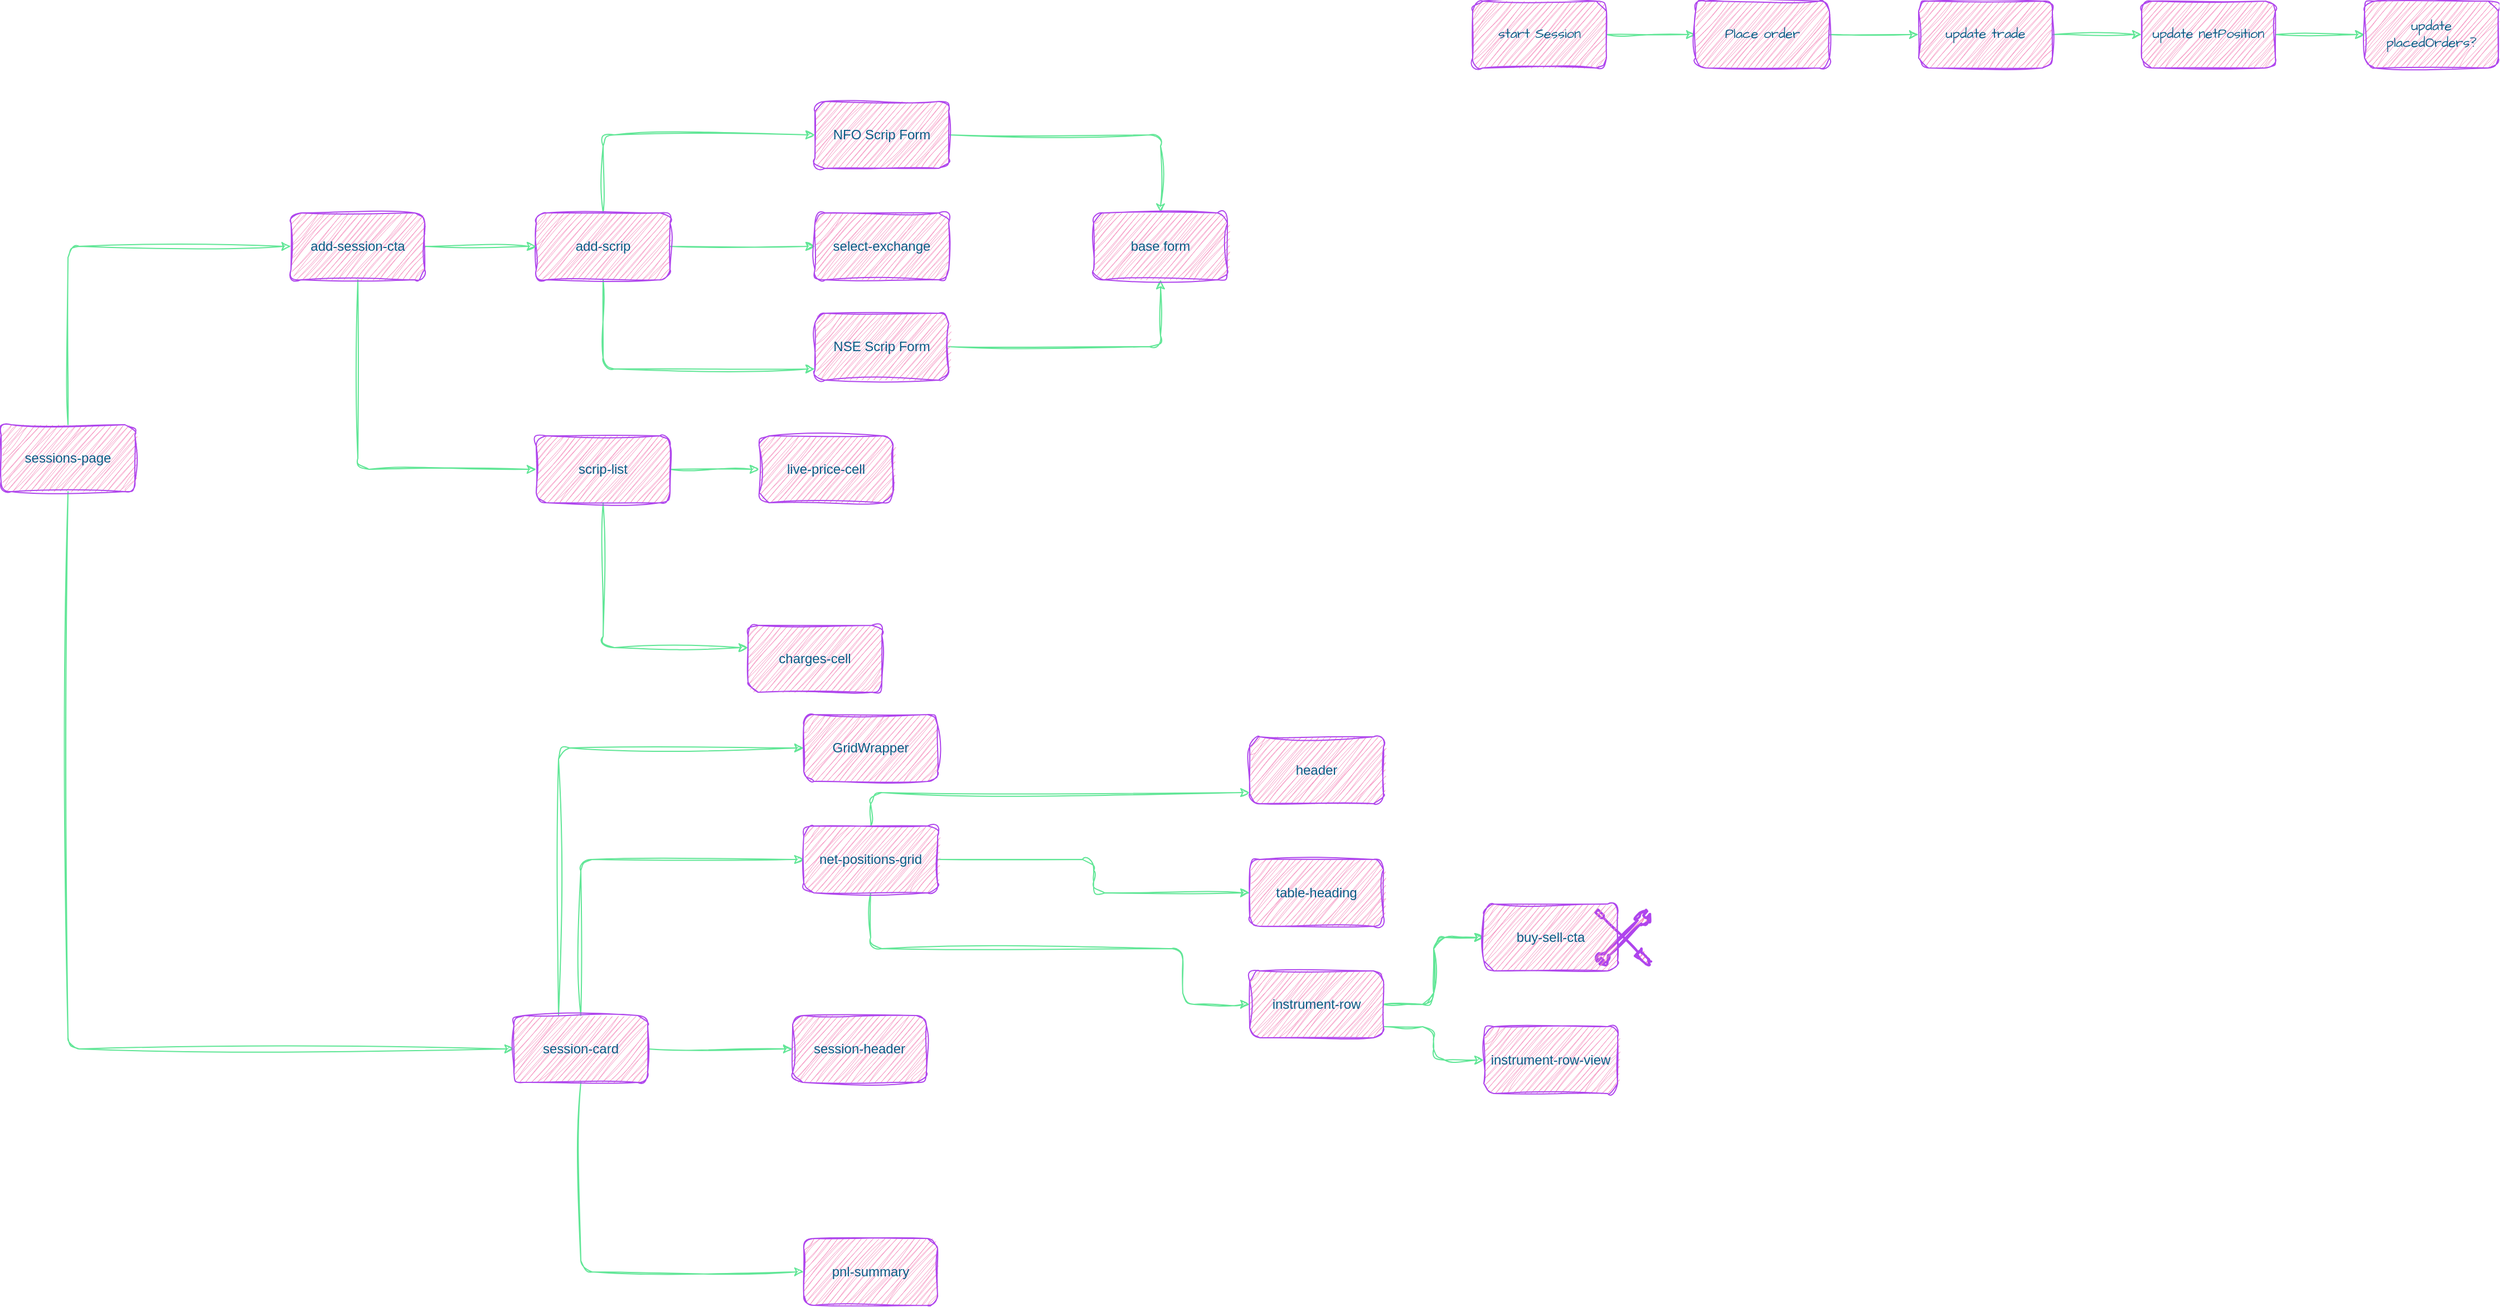
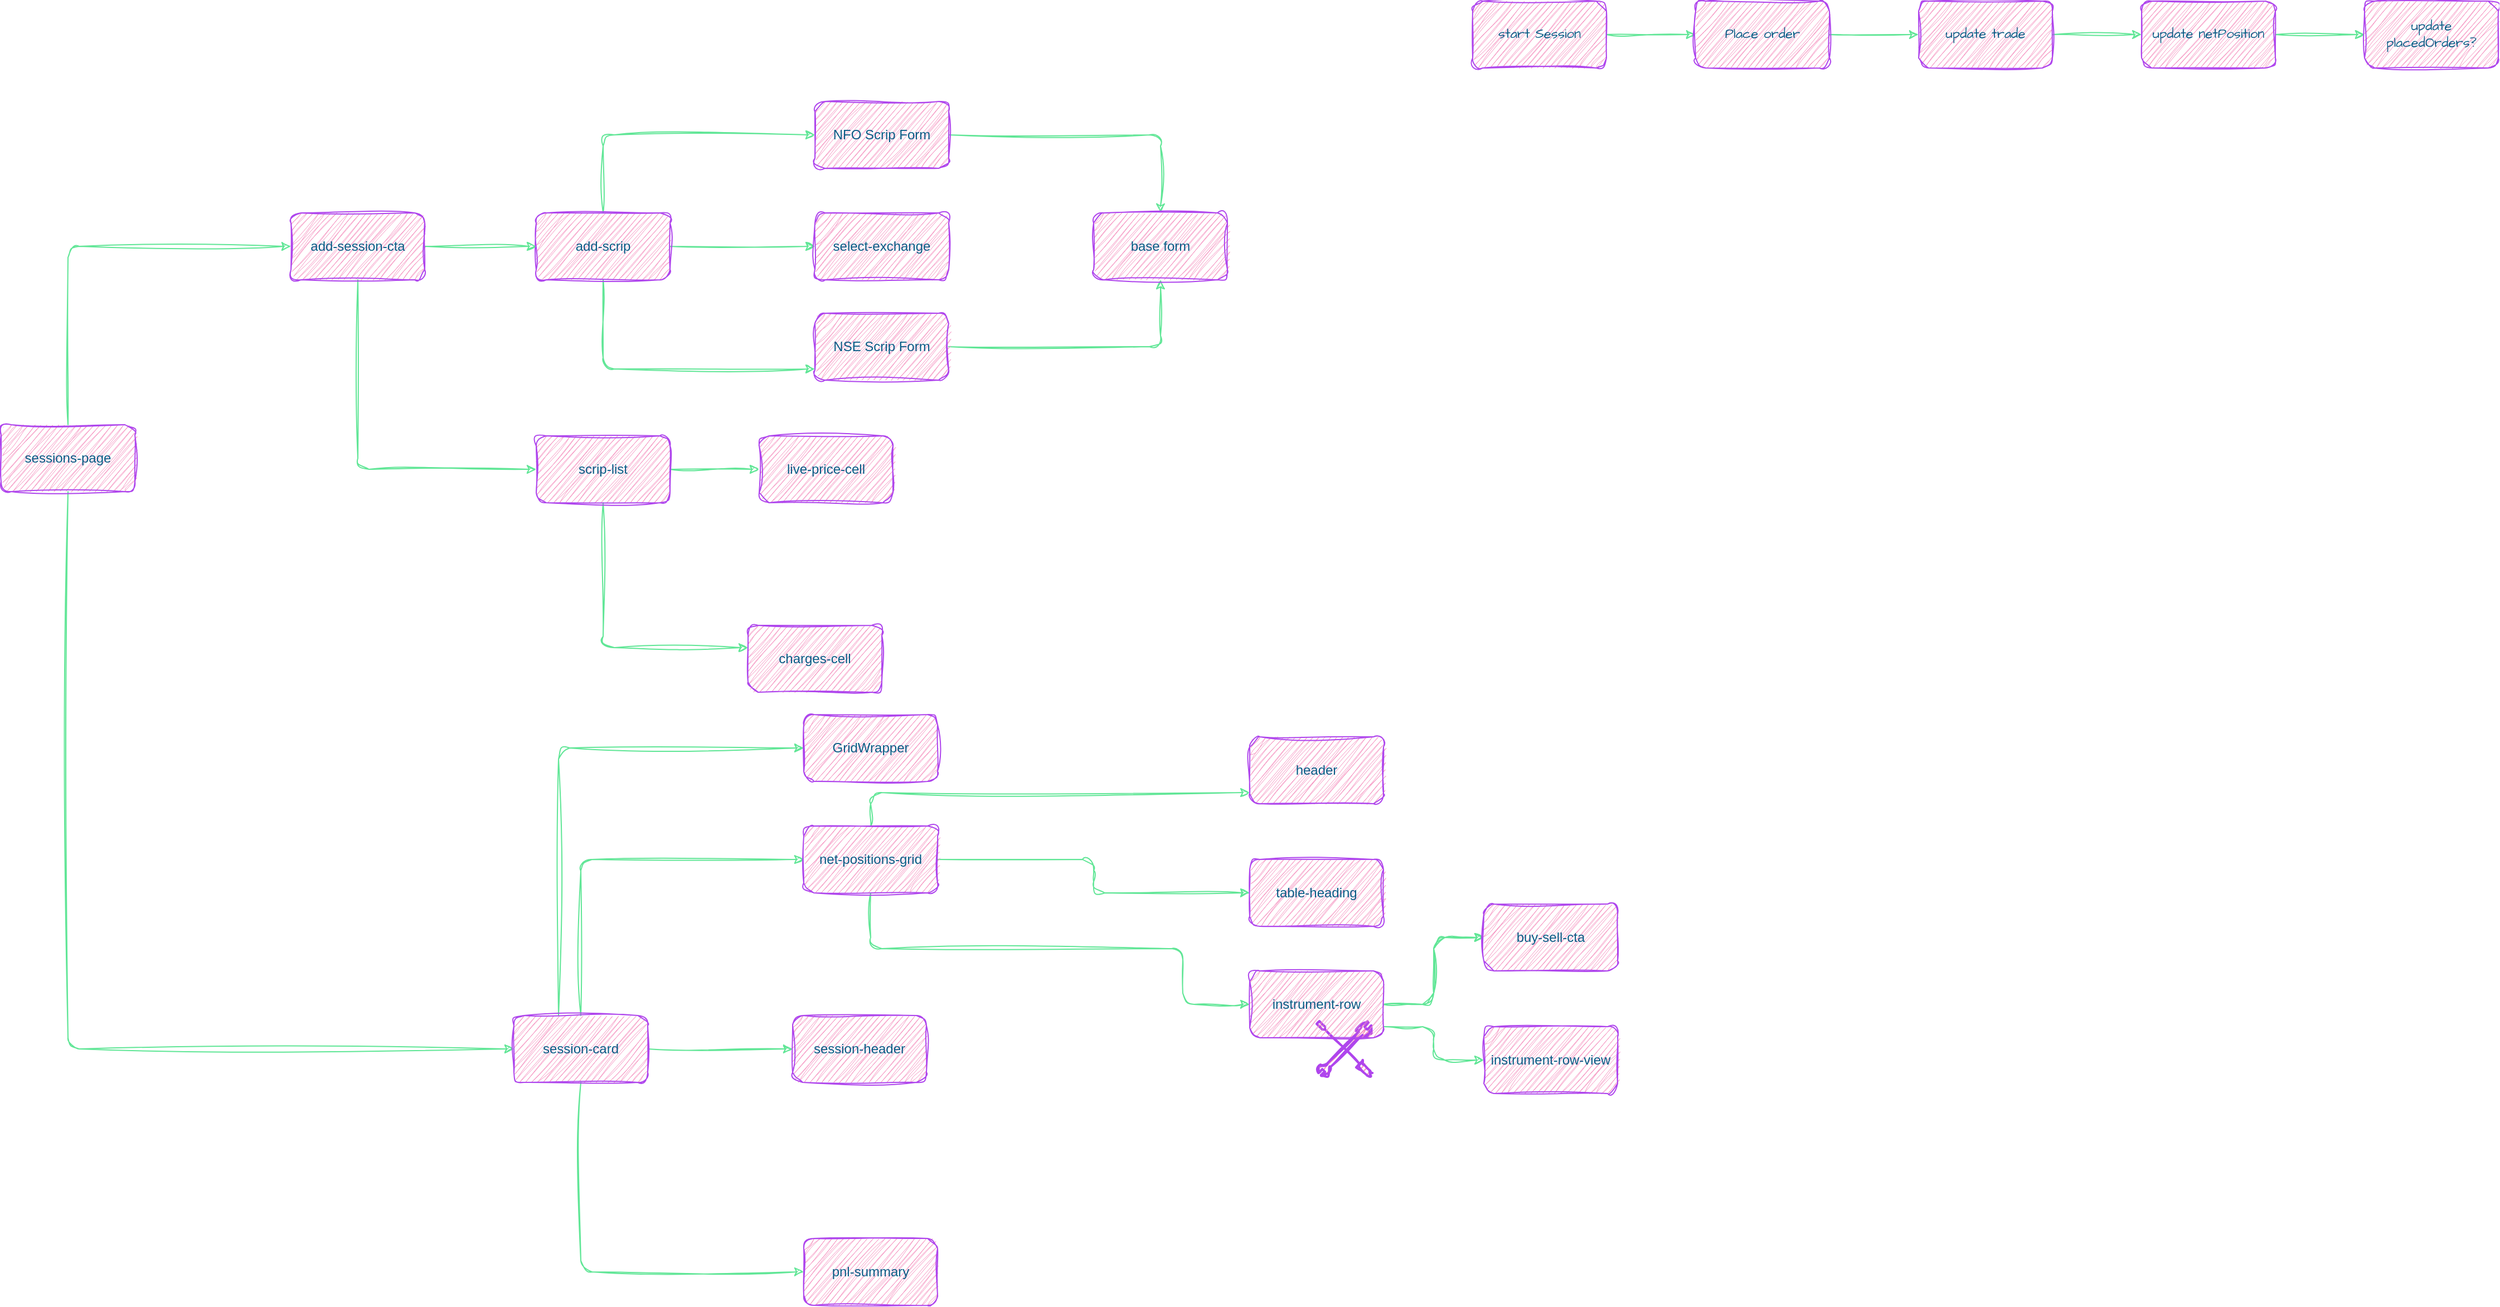
<mxfile host="app.diagrams.net" pages="5">
  <diagram id="wPQbEJP3DVO_ncDqMHqx" name="Sessions Page">
    <mxGraphModel dx="1887" dy="969" grid="1" gridSize="10" guides="1" tooltips="1" connect="1" arrows="1" fold="1" page="0" pageScale="1" pageWidth="402" pageHeight="874" math="0" shadow="0">
      <root>
        <mxCell id="0" />
        <mxCell id="1" parent="0" />
        <mxCell id="DB1AKVm6qyutKQlFYAWD-6" edge="1" parent="1" source="DB1AKVm6qyutKQlFYAWD-1" style="edgeStyle=orthogonalEdgeStyle;rounded=1;orthogonalLoop=1;jettySize=auto;html=1;sketch=1;curveFitting=1;jiggle=2;labelBackgroundColor=none;strokeColor=#60E696;fontColor=default;" target="DB1AKVm6qyutKQlFYAWD-5" value="">
          <mxGeometry relative="1" as="geometry" />
        </mxCell>
        <mxCell id="DB1AKVm6qyutKQlFYAWD-8" edge="1" parent="1" source="DB1AKVm6qyutKQlFYAWD-1" style="edgeStyle=orthogonalEdgeStyle;rounded=1;orthogonalLoop=1;jettySize=auto;html=1;sketch=1;curveFitting=1;jiggle=2;labelBackgroundColor=none;strokeColor=#60E696;fontColor=default;" target="DB1AKVm6qyutKQlFYAWD-7" value="">
          <mxGeometry relative="1" as="geometry">
            <Array as="points">
              <mxPoint x="120" y="270" />
            </Array>
          </mxGeometry>
        </mxCell>
        <mxCell id="DB1AKVm6qyutKQlFYAWD-10" edge="1" parent="1" source="DB1AKVm6qyutKQlFYAWD-1" style="edgeStyle=orthogonalEdgeStyle;rounded=1;orthogonalLoop=1;jettySize=auto;html=1;sketch=1;curveFitting=1;jiggle=2;labelBackgroundColor=none;strokeColor=#60E696;fontColor=default;" target="DB1AKVm6qyutKQlFYAWD-9" value="">
          <mxGeometry relative="1" as="geometry">
            <Array as="points">
              <mxPoint x="120" y="60" />
            </Array>
          </mxGeometry>
        </mxCell>
        <mxCell id="DB1AKVm6qyutKQlFYAWD-1" parent="1" style="rounded=1;whiteSpace=wrap;html=1;sketch=1;curveFitting=1;jiggle=2;labelBackgroundColor=none;fillColor=#F694C1;strokeColor=#AF45ED;fontColor=#095C86;" value="add-scrip" vertex="1">
          <mxGeometry height="60" width="120" x="60" y="130" as="geometry" />
        </mxCell>
        <mxCell id="DB1AKVm6qyutKQlFYAWD-4" edge="1" parent="1" source="DB1AKVm6qyutKQlFYAWD-3" style="edgeStyle=orthogonalEdgeStyle;rounded=1;orthogonalLoop=1;jettySize=auto;html=1;sketch=1;curveFitting=1;jiggle=2;labelBackgroundColor=none;strokeColor=#60E696;fontColor=default;" target="DB1AKVm6qyutKQlFYAWD-1" value="">
          <mxGeometry relative="1" as="geometry" />
        </mxCell>
        <mxCell id="DB1AKVm6qyutKQlFYAWD-12" edge="1" parent="1" source="DB1AKVm6qyutKQlFYAWD-3" style="edgeStyle=orthogonalEdgeStyle;rounded=1;orthogonalLoop=1;jettySize=auto;html=1;sketch=1;curveFitting=1;jiggle=2;labelBackgroundColor=none;strokeColor=#60E696;fontColor=default;" target="DB1AKVm6qyutKQlFYAWD-11" value="">
          <mxGeometry relative="1" as="geometry">
            <Array as="points">
              <mxPoint x="-100" y="360" />
            </Array>
          </mxGeometry>
        </mxCell>
        <mxCell id="DB1AKVm6qyutKQlFYAWD-3" parent="1" style="rounded=1;whiteSpace=wrap;html=1;sketch=1;curveFitting=1;jiggle=2;labelBackgroundColor=none;fillColor=#F694C1;strokeColor=#AF45ED;fontColor=#095C86;" value="add-session-cta" vertex="1">
          <mxGeometry height="60" width="120" x="-160" y="130" as="geometry" />
        </mxCell>
        <mxCell id="DB1AKVm6qyutKQlFYAWD-5" parent="1" style="whiteSpace=wrap;html=1;rounded=1;sketch=1;curveFitting=1;jiggle=2;labelBackgroundColor=none;fillColor=#F694C1;strokeColor=#AF45ED;fontColor=#095C86;" value="select-exchange" vertex="1">
          <mxGeometry height="60" width="120" x="310" y="130" as="geometry" />
        </mxCell>
        <mxCell id="ouMAoqMrmdJ_XqpmxOQB-3" edge="1" parent="1" source="DB1AKVm6qyutKQlFYAWD-7" style="edgeStyle=orthogonalEdgeStyle;rounded=1;sketch=1;hachureGap=4;jiggle=2;curveFitting=1;orthogonalLoop=1;jettySize=auto;html=1;fontFamily=Architects Daughter;fontSource=https%3A%2F%2Ffonts.googleapis.com%2Fcss%3Ffamily%3DArchitects%2BDaughter;labelBackgroundColor=none;strokeColor=#60E696;fontColor=default;" target="ouMAoqMrmdJ_XqpmxOQB-1">
          <mxGeometry relative="1" as="geometry" />
        </mxCell>
        <mxCell id="DB1AKVm6qyutKQlFYAWD-7" parent="1" style="whiteSpace=wrap;html=1;rounded=1;sketch=1;curveFitting=1;jiggle=2;labelBackgroundColor=none;fillColor=#F694C1;strokeColor=#AF45ED;fontColor=#095C86;" value="NSE Scrip Form" vertex="1">
          <mxGeometry height="60" width="120" x="310" y="220" as="geometry" />
        </mxCell>
        <mxCell id="ouMAoqMrmdJ_XqpmxOQB-2" edge="1" parent="1" source="DB1AKVm6qyutKQlFYAWD-9" style="edgeStyle=orthogonalEdgeStyle;rounded=1;sketch=1;hachureGap=4;jiggle=2;curveFitting=1;orthogonalLoop=1;jettySize=auto;html=1;fontFamily=Architects Daughter;fontSource=https%3A%2F%2Ffonts.googleapis.com%2Fcss%3Ffamily%3DArchitects%2BDaughter;labelBackgroundColor=none;strokeColor=#60E696;fontColor=default;" target="ouMAoqMrmdJ_XqpmxOQB-1" value="">
          <mxGeometry relative="1" as="geometry" />
        </mxCell>
        <mxCell id="DB1AKVm6qyutKQlFYAWD-9" parent="1" style="whiteSpace=wrap;html=1;rounded=1;sketch=1;curveFitting=1;jiggle=2;labelBackgroundColor=none;fillColor=#F694C1;strokeColor=#AF45ED;fontColor=#095C86;" value="NFO Scrip Form" vertex="1">
          <mxGeometry height="60" width="120" x="310" y="30" as="geometry" />
        </mxCell>
        <mxCell id="ouMAoqMrmdJ_XqpmxOQB-15" edge="1" parent="1" source="DB1AKVm6qyutKQlFYAWD-11" style="edgeStyle=orthogonalEdgeStyle;rounded=1;sketch=1;hachureGap=4;jiggle=2;curveFitting=1;orthogonalLoop=1;jettySize=auto;html=1;fontFamily=Architects Daughter;fontSource=https%3A%2F%2Ffonts.googleapis.com%2Fcss%3Ffamily%3DArchitects%2BDaughter;labelBackgroundColor=none;strokeColor=#60E696;fontColor=default;" target="ouMAoqMrmdJ_XqpmxOQB-14" value="">
          <mxGeometry relative="1" as="geometry" />
        </mxCell>
        <mxCell id="ouMAoqMrmdJ_XqpmxOQB-17" edge="1" parent="1" source="DB1AKVm6qyutKQlFYAWD-11" style="edgeStyle=orthogonalEdgeStyle;rounded=1;sketch=1;hachureGap=4;jiggle=2;curveFitting=1;orthogonalLoop=1;jettySize=auto;html=1;fontFamily=Architects Daughter;fontSource=https%3A%2F%2Ffonts.googleapis.com%2Fcss%3Ffamily%3DArchitects%2BDaughter;labelBackgroundColor=none;strokeColor=#60E696;fontColor=default;" target="ouMAoqMrmdJ_XqpmxOQB-16" value="">
          <mxGeometry relative="1" as="geometry">
            <Array as="points">
              <mxPoint x="120" y="520" />
            </Array>
          </mxGeometry>
        </mxCell>
        <mxCell id="DB1AKVm6qyutKQlFYAWD-11" parent="1" style="whiteSpace=wrap;html=1;rounded=1;sketch=1;curveFitting=1;jiggle=2;labelBackgroundColor=none;fillColor=#F694C1;strokeColor=#AF45ED;fontColor=#095C86;" value="scrip-list" vertex="1">
          <mxGeometry height="60" width="120" x="60" y="330" as="geometry" />
        </mxCell>
        <mxCell id="DB1AKVm6qyutKQlFYAWD-15" edge="1" parent="1" source="DB1AKVm6qyutKQlFYAWD-14" style="edgeStyle=orthogonalEdgeStyle;rounded=1;sketch=1;hachureGap=4;jiggle=2;curveFitting=1;orthogonalLoop=1;jettySize=auto;html=1;entryX=0;entryY=0.5;entryDx=0;entryDy=0;strokeColor=#60E696;fontFamily=Architects Daughter;fontSource=https%3A%2F%2Ffonts.googleapis.com%2Fcss%3Ffamily%3DArchitects%2BDaughter;fontColor=default;fillColor=#F694C1;labelBackgroundColor=none;" target="DB1AKVm6qyutKQlFYAWD-3">
          <mxGeometry relative="1" as="geometry">
            <Array as="points">
              <mxPoint x="-360" y="160" />
            </Array>
          </mxGeometry>
        </mxCell>
        <mxCell id="ouMAoqMrmdJ_XqpmxOQB-28" edge="1" parent="1" source="DB1AKVm6qyutKQlFYAWD-14" style="edgeStyle=orthogonalEdgeStyle;rounded=1;sketch=1;hachureGap=4;jiggle=2;curveFitting=1;orthogonalLoop=1;jettySize=auto;html=1;entryX=0;entryY=0.5;entryDx=0;entryDy=0;fontFamily=Architects Daughter;fontSource=https%3A%2F%2Ffonts.googleapis.com%2Fcss%3Ffamily%3DArchitects%2BDaughter;labelBackgroundColor=none;strokeColor=#60E696;fontColor=default;" target="ouMAoqMrmdJ_XqpmxOQB-19">
          <mxGeometry relative="1" as="geometry">
            <Array as="points">
              <mxPoint x="-360" y="880" />
            </Array>
          </mxGeometry>
        </mxCell>
        <mxCell id="DB1AKVm6qyutKQlFYAWD-14" parent="1" style="rounded=1;whiteSpace=wrap;html=1;sketch=1;curveFitting=1;jiggle=2;labelBackgroundColor=none;fillColor=#F694C1;strokeColor=#AF45ED;fontColor=#095C86;" value="sessions-page" vertex="1">
          <mxGeometry height="60" width="120" x="-420" y="320" as="geometry" />
        </mxCell>
        <mxCell id="ouMAoqMrmdJ_XqpmxOQB-1" parent="1" style="whiteSpace=wrap;html=1;fillColor=#F694C1;strokeColor=#AF45ED;fontColor=#095C86;rounded=1;sketch=1;curveFitting=1;jiggle=2;labelBackgroundColor=none;" value="base form" vertex="1">
          <mxGeometry height="60" width="120" x="560" y="130" as="geometry" />
        </mxCell>
        <mxCell id="ouMAoqMrmdJ_XqpmxOQB-6" edge="1" parent="1" source="ouMAoqMrmdJ_XqpmxOQB-4" style="edgeStyle=orthogonalEdgeStyle;rounded=1;sketch=1;hachureGap=4;jiggle=2;curveFitting=1;orthogonalLoop=1;jettySize=auto;html=1;fontFamily=Architects Daughter;fontSource=https%3A%2F%2Ffonts.googleapis.com%2Fcss%3Ffamily%3DArchitects%2BDaughter;labelBackgroundColor=none;strokeColor=#60E696;fontColor=default;" target="ouMAoqMrmdJ_XqpmxOQB-5" value="">
          <mxGeometry relative="1" as="geometry" />
        </mxCell>
        <mxCell id="ouMAoqMrmdJ_XqpmxOQB-4" parent="1" style="whiteSpace=wrap;html=1;sketch=1;hachureGap=4;jiggle=2;curveFitting=1;fontFamily=Architects Daughter;fontSource=https%3A%2F%2Ffonts.googleapis.com%2Fcss%3Ffamily%3DArchitects%2BDaughter;labelBackgroundColor=none;fillColor=#F694C1;strokeColor=#AF45ED;fontColor=#095C86;rounded=1;" value="start Session" vertex="1">
          <mxGeometry height="60" width="120" x="900" y="-60" as="geometry" />
        </mxCell>
        <mxCell id="ouMAoqMrmdJ_XqpmxOQB-8" edge="1" parent="1" source="ouMAoqMrmdJ_XqpmxOQB-5" style="edgeStyle=orthogonalEdgeStyle;rounded=1;sketch=1;hachureGap=4;jiggle=2;curveFitting=1;orthogonalLoop=1;jettySize=auto;html=1;fontFamily=Architects Daughter;fontSource=https%3A%2F%2Ffonts.googleapis.com%2Fcss%3Ffamily%3DArchitects%2BDaughter;labelBackgroundColor=none;strokeColor=#60E696;fontColor=default;" target="ouMAoqMrmdJ_XqpmxOQB-7" value="">
          <mxGeometry relative="1" as="geometry" />
        </mxCell>
        <mxCell id="ouMAoqMrmdJ_XqpmxOQB-5" parent="1" style="whiteSpace=wrap;html=1;fontFamily=Architects Daughter;sketch=1;hachureGap=4;jiggle=2;curveFitting=1;fontSource=https%3A%2F%2Ffonts.googleapis.com%2Fcss%3Ffamily%3DArchitects%2BDaughter;labelBackgroundColor=none;fillColor=#F694C1;strokeColor=#AF45ED;fontColor=#095C86;rounded=1;" value="Place order" vertex="1">
          <mxGeometry height="60" width="120" x="1100" y="-60" as="geometry" />
        </mxCell>
        <mxCell id="ouMAoqMrmdJ_XqpmxOQB-10" edge="1" parent="1" source="ouMAoqMrmdJ_XqpmxOQB-7" style="edgeStyle=orthogonalEdgeStyle;rounded=1;sketch=1;hachureGap=4;jiggle=2;curveFitting=1;orthogonalLoop=1;jettySize=auto;html=1;fontFamily=Architects Daughter;fontSource=https%3A%2F%2Ffonts.googleapis.com%2Fcss%3Ffamily%3DArchitects%2BDaughter;labelBackgroundColor=none;strokeColor=#60E696;fontColor=default;" target="ouMAoqMrmdJ_XqpmxOQB-9" value="">
          <mxGeometry relative="1" as="geometry" />
        </mxCell>
        <mxCell id="ouMAoqMrmdJ_XqpmxOQB-7" parent="1" style="whiteSpace=wrap;html=1;fontFamily=Architects Daughter;sketch=1;hachureGap=4;jiggle=2;curveFitting=1;fontSource=https%3A%2F%2Ffonts.googleapis.com%2Fcss%3Ffamily%3DArchitects%2BDaughter;labelBackgroundColor=none;fillColor=#F694C1;strokeColor=#AF45ED;fontColor=#095C86;rounded=1;" value="update trade" vertex="1">
          <mxGeometry height="60" width="120" x="1300" y="-60" as="geometry" />
        </mxCell>
        <mxCell id="ouMAoqMrmdJ_XqpmxOQB-12" edge="1" parent="1" source="ouMAoqMrmdJ_XqpmxOQB-9" style="edgeStyle=orthogonalEdgeStyle;rounded=1;sketch=1;hachureGap=4;jiggle=2;curveFitting=1;orthogonalLoop=1;jettySize=auto;html=1;fontFamily=Architects Daughter;fontSource=https%3A%2F%2Ffonts.googleapis.com%2Fcss%3Ffamily%3DArchitects%2BDaughter;labelBackgroundColor=none;strokeColor=#60E696;fontColor=default;" target="ouMAoqMrmdJ_XqpmxOQB-11" value="">
          <mxGeometry relative="1" as="geometry" />
        </mxCell>
        <mxCell id="ouMAoqMrmdJ_XqpmxOQB-9" parent="1" style="whiteSpace=wrap;html=1;fontFamily=Architects Daughter;sketch=1;hachureGap=4;jiggle=2;curveFitting=1;fontSource=https%3A%2F%2Ffonts.googleapis.com%2Fcss%3Ffamily%3DArchitects%2BDaughter;labelBackgroundColor=none;fillColor=#F694C1;strokeColor=#AF45ED;fontColor=#095C86;rounded=1;" value="update netPosition" vertex="1">
          <mxGeometry height="60" width="120" x="1500" y="-60" as="geometry" />
        </mxCell>
        <mxCell id="ouMAoqMrmdJ_XqpmxOQB-11" parent="1" style="whiteSpace=wrap;html=1;fontFamily=Architects Daughter;sketch=1;hachureGap=4;jiggle=2;curveFitting=1;fontSource=https%3A%2F%2Ffonts.googleapis.com%2Fcss%3Ffamily%3DArchitects%2BDaughter;labelBackgroundColor=none;fillColor=#F694C1;strokeColor=#AF45ED;fontColor=#095C86;rounded=1;" value="update placedOrders?" vertex="1">
          <mxGeometry height="60" width="120" x="1700" y="-60" as="geometry" />
        </mxCell>
        <mxCell id="ouMAoqMrmdJ_XqpmxOQB-13" parent="1" style="html=1;verticalLabelPosition=bottom;align=center;labelBackgroundColor=none;verticalAlign=top;strokeWidth=2;strokeColor=#AF45ED;shadow=0;dashed=0;shape=mxgraph.ios7.icons.tools;pointerEvents=1;sketch=1;hachureGap=4;jiggle=2;curveFitting=1;fontFamily=Architects Daughter;fontSource=https%3A%2F%2Ffonts.googleapis.com%2Fcss%3Ffamily%3DArchitects%2BDaughter;fillColor=#F694C1;fontColor=#095C86;rounded=1;" value="" vertex="1">
-           <mxGeometry height="50" width="50" x="1010" y="755" as="geometry" />
+           <mxGeometry height="50" width="50" x="760" y="855" as="geometry" />
        </mxCell>
        <mxCell id="ouMAoqMrmdJ_XqpmxOQB-14" parent="1" style="whiteSpace=wrap;html=1;fillColor=#F694C1;strokeColor=#AF45ED;fontColor=#095C86;rounded=1;sketch=1;curveFitting=1;jiggle=2;labelBackgroundColor=none;" value="live-price-cell" vertex="1">
          <mxGeometry height="60" width="120" x="260" y="330" as="geometry" />
        </mxCell>
        <mxCell id="ouMAoqMrmdJ_XqpmxOQB-16" parent="1" style="whiteSpace=wrap;html=1;fillColor=#F694C1;strokeColor=#AF45ED;fontColor=#095C86;rounded=1;sketch=1;curveFitting=1;jiggle=2;labelBackgroundColor=none;" value="charges-cell" vertex="1">
          <mxGeometry height="60" width="120" x="250" y="500" as="geometry" />
        </mxCell>
        <mxCell id="ouMAoqMrmdJ_XqpmxOQB-22" edge="1" parent="1" source="ouMAoqMrmdJ_XqpmxOQB-19" style="edgeStyle=orthogonalEdgeStyle;rounded=1;sketch=1;hachureGap=4;jiggle=2;curveFitting=1;orthogonalLoop=1;jettySize=auto;html=1;fontFamily=Architects Daughter;fontSource=https%3A%2F%2Ffonts.googleapis.com%2Fcss%3Ffamily%3DArchitects%2BDaughter;labelBackgroundColor=none;strokeColor=#60E696;fontColor=default;" target="ouMAoqMrmdJ_XqpmxOQB-21" value="">
          <mxGeometry relative="1" as="geometry" />
        </mxCell>
        <mxCell id="ouMAoqMrmdJ_XqpmxOQB-25" edge="1" parent="1" source="ouMAoqMrmdJ_XqpmxOQB-19" style="edgeStyle=orthogonalEdgeStyle;rounded=1;sketch=1;hachureGap=4;jiggle=2;curveFitting=1;orthogonalLoop=1;jettySize=auto;html=1;entryX=0;entryY=0.5;entryDx=0;entryDy=0;fontFamily=Architects Daughter;fontSource=https%3A%2F%2Ffonts.googleapis.com%2Fcss%3Ffamily%3DArchitects%2BDaughter;labelBackgroundColor=none;strokeColor=#60E696;fontColor=default;" target="ouMAoqMrmdJ_XqpmxOQB-23">
          <mxGeometry relative="1" as="geometry">
            <Array as="points">
              <mxPoint x="100" y="710" />
            </Array>
          </mxGeometry>
        </mxCell>
        <mxCell id="ouMAoqMrmdJ_XqpmxOQB-27" edge="1" parent="1" source="ouMAoqMrmdJ_XqpmxOQB-19" style="edgeStyle=orthogonalEdgeStyle;rounded=1;sketch=1;hachureGap=4;jiggle=2;curveFitting=1;orthogonalLoop=1;jettySize=auto;html=1;fontFamily=Architects Daughter;fontSource=https%3A%2F%2Ffonts.googleapis.com%2Fcss%3Ffamily%3DArchitects%2BDaughter;labelBackgroundColor=none;strokeColor=#60E696;fontColor=default;" target="ouMAoqMrmdJ_XqpmxOQB-26" value="">
          <mxGeometry relative="1" as="geometry">
            <Array as="points">
              <mxPoint x="100" y="1080" />
            </Array>
          </mxGeometry>
        </mxCell>
        <mxCell id="ouMAoqMrmdJ_XqpmxOQB-30" edge="1" parent="1" source="ouMAoqMrmdJ_XqpmxOQB-19" style="edgeStyle=orthogonalEdgeStyle;rounded=1;sketch=1;hachureGap=4;jiggle=2;curveFitting=1;orthogonalLoop=1;jettySize=auto;html=1;strokeColor=#60E696;fontFamily=Architects Daughter;fontSource=https%3A%2F%2Ffonts.googleapis.com%2Fcss%3Ffamily%3DArchitects%2BDaughter;fontColor=#095C86;fillColor=#F694C1;" target="ouMAoqMrmdJ_XqpmxOQB-29" value="">
          <mxGeometry relative="1" as="geometry">
            <Array as="points">
              <mxPoint x="80" y="610" />
            </Array>
          </mxGeometry>
        </mxCell>
        <mxCell id="ouMAoqMrmdJ_XqpmxOQB-19" parent="1" style="whiteSpace=wrap;html=1;fillColor=#F694C1;strokeColor=#AF45ED;fontColor=#095C86;rounded=1;sketch=1;curveFitting=1;jiggle=2;labelBackgroundColor=none;" value="session-card" vertex="1">
          <mxGeometry height="60" width="120" x="40" y="850" as="geometry" />
        </mxCell>
        <mxCell id="ouMAoqMrmdJ_XqpmxOQB-21" parent="1" style="whiteSpace=wrap;html=1;fillColor=#F694C1;strokeColor=#AF45ED;fontColor=#095C86;rounded=1;sketch=1;curveFitting=1;jiggle=2;labelBackgroundColor=none;" value="session-header" vertex="1">
          <mxGeometry height="60" width="120" x="290" y="850" as="geometry" />
        </mxCell>
        <mxCell id="ouMAoqMrmdJ_XqpmxOQB-32" edge="1" parent="1" source="ouMAoqMrmdJ_XqpmxOQB-23" style="edgeStyle=orthogonalEdgeStyle;rounded=1;sketch=1;hachureGap=4;jiggle=2;curveFitting=1;orthogonalLoop=1;jettySize=auto;html=1;strokeColor=#60E696;fontFamily=Architects Daughter;fontSource=https%3A%2F%2Ffonts.googleapis.com%2Fcss%3Ffamily%3DArchitects%2BDaughter;fontColor=#095C86;fillColor=#F694C1;" target="ouMAoqMrmdJ_XqpmxOQB-31" value="">
          <mxGeometry relative="1" as="geometry">
            <Array as="points">
              <mxPoint x="360" y="650" />
            </Array>
          </mxGeometry>
        </mxCell>
        <mxCell id="ouMAoqMrmdJ_XqpmxOQB-34" edge="1" parent="1" source="ouMAoqMrmdJ_XqpmxOQB-23" style="edgeStyle=orthogonalEdgeStyle;rounded=1;sketch=1;hachureGap=4;jiggle=2;curveFitting=1;orthogonalLoop=1;jettySize=auto;html=1;strokeColor=#60E696;fontFamily=Architects Daughter;fontSource=https%3A%2F%2Ffonts.googleapis.com%2Fcss%3Ffamily%3DArchitects%2BDaughter;fontColor=#095C86;fillColor=#F694C1;" target="ouMAoqMrmdJ_XqpmxOQB-33" value="">
          <mxGeometry relative="1" as="geometry" />
        </mxCell>
        <mxCell id="ouMAoqMrmdJ_XqpmxOQB-38" edge="1" parent="1" source="ouMAoqMrmdJ_XqpmxOQB-23" style="edgeStyle=orthogonalEdgeStyle;rounded=1;sketch=1;hachureGap=4;jiggle=2;curveFitting=1;orthogonalLoop=1;jettySize=auto;html=1;strokeColor=#60E696;fontFamily=Architects Daughter;fontSource=https%3A%2F%2Ffonts.googleapis.com%2Fcss%3Ffamily%3DArchitects%2BDaughter;fontColor=#095C86;fillColor=#F694C1;" target="ouMAoqMrmdJ_XqpmxOQB-37" value="">
          <mxGeometry relative="1" as="geometry">
            <Array as="points">
              <mxPoint x="360" y="790" />
              <mxPoint x="640" y="790" />
            </Array>
          </mxGeometry>
        </mxCell>
        <mxCell id="ouMAoqMrmdJ_XqpmxOQB-23" parent="1" style="whiteSpace=wrap;html=1;fillColor=#F694C1;strokeColor=#AF45ED;fontColor=#095C86;rounded=1;sketch=1;curveFitting=1;jiggle=2;labelBackgroundColor=none;" value="net-positions-grid" vertex="1">
          <mxGeometry height="60" width="120" x="300" y="680" as="geometry" />
        </mxCell>
        <mxCell id="ouMAoqMrmdJ_XqpmxOQB-26" parent="1" style="whiteSpace=wrap;html=1;fillColor=#F694C1;strokeColor=#AF45ED;fontColor=#095C86;rounded=1;sketch=1;curveFitting=1;jiggle=2;labelBackgroundColor=none;" value="pnl-summary" vertex="1">
          <mxGeometry height="60" width="120" x="300" y="1050" as="geometry" />
        </mxCell>
        <mxCell id="ouMAoqMrmdJ_XqpmxOQB-29" parent="1" style="whiteSpace=wrap;html=1;fillColor=#F694C1;strokeColor=#AF45ED;fontColor=#095C86;rounded=1;sketch=1;curveFitting=1;jiggle=2;labelBackgroundColor=none;" value="GridWrapper" vertex="1">
          <mxGeometry height="60" width="120" x="300" y="580" as="geometry" />
        </mxCell>
        <mxCell id="ouMAoqMrmdJ_XqpmxOQB-31" parent="1" style="whiteSpace=wrap;html=1;fillColor=#F694C1;strokeColor=#AF45ED;fontColor=#095C86;rounded=1;sketch=1;curveFitting=1;jiggle=2;labelBackgroundColor=none;" value="header" vertex="1">
          <mxGeometry height="60" width="120" x="700" y="600" as="geometry" />
        </mxCell>
        <mxCell id="ouMAoqMrmdJ_XqpmxOQB-33" parent="1" style="whiteSpace=wrap;html=1;fillColor=#F694C1;strokeColor=#AF45ED;fontColor=#095C86;rounded=1;sketch=1;curveFitting=1;jiggle=2;labelBackgroundColor=none;" value="table-heading" vertex="1">
          <mxGeometry height="60" width="120" x="700" y="710" as="geometry" />
        </mxCell>
        <mxCell id="ouMAoqMrmdJ_XqpmxOQB-40" edge="1" parent="1" source="ouMAoqMrmdJ_XqpmxOQB-37" style="edgeStyle=orthogonalEdgeStyle;rounded=1;sketch=1;hachureGap=4;jiggle=2;curveFitting=1;orthogonalLoop=1;jettySize=auto;html=1;strokeColor=#60E696;fontFamily=Architects Daughter;fontSource=https%3A%2F%2Ffonts.googleapis.com%2Fcss%3Ffamily%3DArchitects%2BDaughter;fontColor=#095C86;fillColor=#F694C1;" target="ouMAoqMrmdJ_XqpmxOQB-39" value="">
          <mxGeometry relative="1" as="geometry" />
        </mxCell>
        <mxCell id="ouMAoqMrmdJ_XqpmxOQB-41" edge="1" parent="1" source="ouMAoqMrmdJ_XqpmxOQB-37" style="edgeStyle=orthogonalEdgeStyle;rounded=1;sketch=1;hachureGap=4;jiggle=2;curveFitting=1;orthogonalLoop=1;jettySize=auto;html=1;strokeColor=#60E696;fontFamily=Architects Daughter;fontSource=https%3A%2F%2Ffonts.googleapis.com%2Fcss%3Ffamily%3DArchitects%2BDaughter;fontColor=#095C86;fillColor=#F694C1;" target="ouMAoqMrmdJ_XqpmxOQB-39" value="">
          <mxGeometry relative="1" as="geometry" />
        </mxCell>
        <mxCell id="ouMAoqMrmdJ_XqpmxOQB-43" edge="1" parent="1" source="ouMAoqMrmdJ_XqpmxOQB-37" style="edgeStyle=orthogonalEdgeStyle;rounded=1;sketch=1;hachureGap=4;jiggle=2;curveFitting=1;orthogonalLoop=1;jettySize=auto;html=1;strokeColor=#60E696;fontFamily=Architects Daughter;fontSource=https%3A%2F%2Ffonts.googleapis.com%2Fcss%3Ffamily%3DArchitects%2BDaughter;fontColor=#095C86;fillColor=#F694C1;" target="ouMAoqMrmdJ_XqpmxOQB-42" value="">
          <mxGeometry relative="1" as="geometry">
            <Array as="points">
              <mxPoint x="865" y="860" />
              <mxPoint x="865" y="890" />
            </Array>
          </mxGeometry>
        </mxCell>
        <mxCell id="ouMAoqMrmdJ_XqpmxOQB-37" parent="1" style="whiteSpace=wrap;html=1;fillColor=#F694C1;strokeColor=#AF45ED;fontColor=#095C86;rounded=1;sketch=1;curveFitting=1;jiggle=2;labelBackgroundColor=none;" value="instrument-row" vertex="1">
          <mxGeometry height="60" width="120" x="700" y="810" as="geometry" />
        </mxCell>
        <mxCell id="ouMAoqMrmdJ_XqpmxOQB-39" parent="1" style="whiteSpace=wrap;html=1;fillColor=#F694C1;strokeColor=#AF45ED;fontColor=#095C86;rounded=1;sketch=1;curveFitting=1;jiggle=2;labelBackgroundColor=none;" value="buy-sell-cta" vertex="1">
          <mxGeometry height="60" width="120" x="910" y="750" as="geometry" />
        </mxCell>
        <mxCell id="ouMAoqMrmdJ_XqpmxOQB-42" parent="1" style="whiteSpace=wrap;html=1;fillColor=#F694C1;strokeColor=#AF45ED;fontColor=#095C86;rounded=1;sketch=1;curveFitting=1;jiggle=2;labelBackgroundColor=none;" value="instrument-row-view" vertex="1">
          <mxGeometry height="60" width="120" x="910" y="860" as="geometry" />
        </mxCell>
      </root>
    </mxGraphModel>
  </diagram>
  <diagram id="YVkBlKKJ4RNEtawBKbZk" name="Session">
    <mxGraphModel dx="1357" dy="626" grid="1" gridSize="10" guides="1" tooltips="1" connect="1" arrows="1" fold="1" page="0" pageScale="1" pageWidth="402" pageHeight="874" math="0" shadow="0">
      <root>
        <mxCell id="0" />
        <mxCell id="1" parent="0" />
        <mxCell id="b8iQl_XISdQ6rZ6kNcMQ-3" edge="1" parent="1" source="b8iQl_XISdQ6rZ6kNcMQ-1" style="edgeStyle=orthogonalEdgeStyle;rounded=0;orthogonalLoop=1;jettySize=auto;html=1;" target="b8iQl_XISdQ6rZ6kNcMQ-2" value="">
          <mxGeometry relative="1" as="geometry" />
        </mxCell>
        <mxCell id="b8iQl_XISdQ6rZ6kNcMQ-1" parent="1" style="rounded=1;whiteSpace=wrap;html=1;" value="start session" vertex="1">
          <mxGeometry height="60" width="120" x="-200" y="80" as="geometry" />
        </mxCell>
        <mxCell id="b8iQl_XISdQ6rZ6kNcMQ-5" edge="1" parent="1" source="b8iQl_XISdQ6rZ6kNcMQ-2" style="edgeStyle=orthogonalEdgeStyle;rounded=0;orthogonalLoop=1;jettySize=auto;html=1;" target="b8iQl_XISdQ6rZ6kNcMQ-4" value="">
          <mxGeometry relative="1" as="geometry" />
        </mxCell>
        <mxCell id="b8iQl_XISdQ6rZ6kNcMQ-2" parent="1" style="whiteSpace=wrap;html=1;rounded=1;" value="place orders&amp;nbsp;&lt;br&gt;(all or none)" vertex="1">
          <mxGeometry height="60" width="120" y="80" as="geometry" />
        </mxCell>
        <mxCell id="b8iQl_XISdQ6rZ6kNcMQ-7" edge="1" parent="1" source="b8iQl_XISdQ6rZ6kNcMQ-4" style="edgeStyle=orthogonalEdgeStyle;rounded=0;orthogonalLoop=1;jettySize=auto;html=1;" target="b8iQl_XISdQ6rZ6kNcMQ-6" value="">
          <mxGeometry relative="1" as="geometry" />
        </mxCell>
        <mxCell id="b8iQl_XISdQ6rZ6kNcMQ-4" parent="1" style="whiteSpace=wrap;html=1;rounded=1;" value="update margins" vertex="1">
          <mxGeometry height="60" width="120" x="200" y="80" as="geometry" />
        </mxCell>
        <mxCell id="b8iQl_XISdQ6rZ6kNcMQ-6" parent="1" style="whiteSpace=wrap;html=1;rounded=1;" value="create session" vertex="1">
          <mxGeometry height="60" width="120" x="200" y="200" as="geometry" />
        </mxCell>
        <mxCell id="b8iQl_XISdQ6rZ6kNcMQ-8" parent="1" style="rounded=1;whiteSpace=wrap;html=1;fillColor=#fff2cc;strokeColor=#d6b656;" value="firebase" vertex="1">
          <mxGeometry height="40" width="80" x="300" y="190" as="geometry" />
        </mxCell>
        <mxCell id="b8iQl_XISdQ6rZ6kNcMQ-9" parent="1" style="rounded=1;whiteSpace=wrap;html=1;fillColor=#fff2cc;strokeColor=#d6b656;" value="kite" vertex="1">
          <mxGeometry height="40" width="80" x="80" y="50" as="geometry" />
        </mxCell>
        <mxCell id="b8iQl_XISdQ6rZ6kNcMQ-10" parent="1" style="rounded=1;whiteSpace=wrap;html=1;fillColor=#fff2cc;strokeColor=#d6b656;" value="firebase" vertex="1">
          <mxGeometry height="40" width="80" x="290" y="60" as="geometry" />
        </mxCell>
      </root>
    </mxGraphModel>
  </diagram>
  <diagram id="4KjMPYYtLXdBkkJX1B08" name="Auth">
    <mxGraphModel dx="1276" dy="835" grid="0" gridSize="10" guides="1" tooltips="1" connect="1" arrows="1" fold="1" page="0" pageScale="1" pageWidth="402" pageHeight="874" math="0" shadow="0">
      <root>
        <mxCell id="0" />
        <mxCell id="1" parent="0" />
        <mxCell id="pPH6oVQiPgVcm9OUePWL-3" edge="1" parent="1" source="pPH6oVQiPgVcm9OUePWL-1" style="edgeStyle=orthogonalEdgeStyle;rounded=0;orthogonalLoop=1;jettySize=auto;html=1;" target="pPH6oVQiPgVcm9OUePWL-2" value="">
          <mxGeometry relative="1" as="geometry" />
        </mxCell>
        <mxCell id="pPH6oVQiPgVcm9OUePWL-1" parent="1" style="rounded=1;whiteSpace=wrap;html=1;" value="User clicks &quot;Login&quot; Button" vertex="1">
          <mxGeometry height="60" width="120" x="23" y="101" as="geometry" />
        </mxCell>
        <mxCell id="pPH6oVQiPgVcm9OUePWL-5" edge="1" parent="1" source="pPH6oVQiPgVcm9OUePWL-2" style="edgeStyle=orthogonalEdgeStyle;rounded=0;orthogonalLoop=1;jettySize=auto;html=1;" target="pPH6oVQiPgVcm9OUePWL-4" value="">
          <mxGeometry relative="1" as="geometry" />
        </mxCell>
        <mxCell id="pPH6oVQiPgVcm9OUePWL-2" parent="1" style="whiteSpace=wrap;html=1;rounded=1;" value="Open the Login URL" vertex="1">
          <mxGeometry height="60" width="120" x="223" y="101" as="geometry" />
        </mxCell>
        <mxCell id="pPH6oVQiPgVcm9OUePWL-7" edge="1" parent="1" source="pPH6oVQiPgVcm9OUePWL-4" style="edgeStyle=orthogonalEdgeStyle;rounded=0;orthogonalLoop=1;jettySize=auto;html=1;" target="pPH6oVQiPgVcm9OUePWL-6" value="">
          <mxGeometry relative="1" as="geometry" />
        </mxCell>
        <mxCell id="pPH6oVQiPgVcm9OUePWL-4" parent="1" style="whiteSpace=wrap;html=1;rounded=1;" value="User logins to Zerodha" vertex="1">
          <mxGeometry height="60" width="120" x="423" y="101" as="geometry" />
        </mxCell>
        <mxCell id="pPH6oVQiPgVcm9OUePWL-9" edge="1" parent="1" source="pPH6oVQiPgVcm9OUePWL-6" style="edgeStyle=orthogonalEdgeStyle;rounded=0;orthogonalLoop=1;jettySize=auto;html=1;" target="pPH6oVQiPgVcm9OUePWL-8" value="">
          <mxGeometry relative="1" as="geometry" />
        </mxCell>
        <mxCell id="pPH6oVQiPgVcm9OUePWL-6" parent="1" style="whiteSpace=wrap;html=1;rounded=1;" value="Redirected to callback URL with request_token&lt;br&gt;&lt;b&gt;http://localhost:3000/api/auth/kite/callback&lt;/b&gt;" vertex="1">
          <mxGeometry height="60" width="262" x="352" y="244" as="geometry" />
        </mxCell>
        <mxCell id="pPH6oVQiPgVcm9OUePWL-13" edge="1" parent="1" source="pPH6oVQiPgVcm9OUePWL-8" style="edgeStyle=orthogonalEdgeStyle;rounded=0;orthogonalLoop=1;jettySize=auto;html=1;" target="pPH6oVQiPgVcm9OUePWL-12" value="">
          <mxGeometry relative="1" as="geometry" />
        </mxCell>
        <mxCell id="pPH6oVQiPgVcm9OUePWL-8" parent="1" style="whiteSpace=wrap;html=1;rounded=1;" value="In loader for this route, generate the session" vertex="1">
          <mxGeometry height="60" width="120" x="17" y="244" as="geometry" />
        </mxCell>
        <mxCell id="pPH6oVQiPgVcm9OUePWL-15" edge="1" parent="1" source="pPH6oVQiPgVcm9OUePWL-12" style="edgeStyle=orthogonalEdgeStyle;rounded=0;orthogonalLoop=1;jettySize=auto;html=1;" target="pPH6oVQiPgVcm9OUePWL-14" value="">
          <mxGeometry relative="1" as="geometry" />
        </mxCell>
        <mxCell id="pPH6oVQiPgVcm9OUePWL-12" parent="1" style="whiteSpace=wrap;html=1;rounded=1;" value="Serialize and save the access token in cookie" vertex="1">
          <mxGeometry height="60" width="120" x="17" y="384" as="geometry" />
        </mxCell>
        <mxCell id="pPH6oVQiPgVcm9OUePWL-17" edge="1" parent="1" source="pPH6oVQiPgVcm9OUePWL-14" style="edgeStyle=orthogonalEdgeStyle;rounded=0;orthogonalLoop=1;jettySize=auto;html=1;" target="pPH6oVQiPgVcm9OUePWL-16" value="">
          <mxGeometry relative="1" as="geometry" />
        </mxCell>
        <mxCell id="pPH6oVQiPgVcm9OUePWL-14" parent="1" style="whiteSpace=wrap;html=1;rounded=1;" value="redirect to /dashboard" vertex="1">
          <mxGeometry height="60" width="120" x="217" y="384" as="geometry" />
        </mxCell>
        <mxCell id="pPH6oVQiPgVcm9OUePWL-19" edge="1" parent="1" source="pPH6oVQiPgVcm9OUePWL-16" style="edgeStyle=orthogonalEdgeStyle;rounded=0;orthogonalLoop=1;jettySize=auto;html=1;" target="pPH6oVQiPgVcm9OUePWL-18" value="">
          <mxGeometry relative="1" as="geometry" />
        </mxCell>
        <mxCell id="pPH6oVQiPgVcm9OUePWL-16" parent="1" style="whiteSpace=wrap;html=1;rounded=1;" value="in dashboard loader, get the access token from the cookie and send it to client" vertex="1">
          <mxGeometry height="60" width="120" x="417" y="384" as="geometry" />
        </mxCell>
        <mxCell id="pPH6oVQiPgVcm9OUePWL-21" edge="1" parent="1" source="pPH6oVQiPgVcm9OUePWL-18" style="edgeStyle=orthogonalEdgeStyle;rounded=0;orthogonalLoop=1;jettySize=auto;html=1;" target="pPH6oVQiPgVcm9OUePWL-20" value="">
          <mxGeometry relative="1" as="geometry" />
        </mxCell>
        <mxCell id="pPH6oVQiPgVcm9OUePWL-18" parent="1" style="whiteSpace=wrap;html=1;rounded=1;" value="front-end creates the kc client with api_key and access_token.&amp;nbsp;&amp;nbsp;" vertex="1">
          <mxGeometry height="60" width="120" x="617" y="384" as="geometry" />
        </mxCell>
        <mxCell id="pPH6oVQiPgVcm9OUePWL-20" parent="1" style="whiteSpace=wrap;html=1;rounded=1;" value="use kc client for calling Kite APIs" vertex="1">
          <mxGeometry height="60" width="120" x="617" y="524" as="geometry" />
        </mxCell>
      </root>
    </mxGraphModel>
  </diagram>
  <diagram name="UI/UX" id="5MV4RERJIjpIYta4IkZD">
    <mxGraphModel dx="3134" dy="2189" grid="0" gridSize="10" guides="1" tooltips="1" connect="1" arrows="1" fold="1" page="0" pageScale="1" pageWidth="402" pageHeight="874" background="#ffffff" math="0" shadow="0">
      <root>
        <mxCell id="0" />
        <mxCell id="1" parent="0" />
        <mxCell id="ExlUUjPYo0Ii6ma58Pc_-14" parent="1" style="rounded=1;whiteSpace=wrap;html=1;" value="" vertex="1">
          <mxGeometry height="321" width="1097" x="-296" y="-20" as="geometry" />
        </mxCell>
        <mxCell id="ExlUUjPYo0Ii6ma58Pc_-13" parent="1" style="rounded=1;whiteSpace=wrap;html=1;" value="" vertex="1">
          <mxGeometry height="321" width="1097" x="-287" y="732" as="geometry" />
        </mxCell>
        <mxCell id="iMmVTYed4h1aN_pzg3ix-1" parent="1" style="text;html=1;whiteSpace=wrap;strokeColor=none;fillColor=none;align=center;verticalAlign=middle;rounded=0;fontStyle=1;fontSize=48;fontColor=light-dark(#7a7978, #ededed);" value="Net Qty." vertex="1">
          <mxGeometry height="59" width="60" x="-120" y="72" as="geometry" />
        </mxCell>
        <mxCell id="iMmVTYed4h1aN_pzg3ix-2" parent="1" style="text;html=1;whiteSpace=wrap;strokeColor=none;fillColor=none;align=center;verticalAlign=middle;rounded=0;fontStyle=1;fontSize=48;fontColor=light-dark(#7a7978, #ededed);" value="AVG. PRICE" vertex="1">
          <mxGeometry height="59" width="60" x="149" y="61" as="geometry" />
        </mxCell>
        <mxCell id="iMmVTYed4h1aN_pzg3ix-3" parent="1" style="text;html=1;whiteSpace=wrap;strokeColor=none;fillColor=none;align=center;verticalAlign=middle;rounded=0;fontStyle=1;fontSize=48;fontColor=light-dark(#7a7978, #ededed);" value="LTP" vertex="1">
          <mxGeometry height="59" width="60" x="418" y="61" as="geometry" />
        </mxCell>
        <mxCell id="iMmVTYed4h1aN_pzg3ix-4" parent="1" style="text;html=1;whiteSpace=wrap;strokeColor=none;fillColor=none;align=center;verticalAlign=middle;rounded=0;fontStyle=1;fontSize=48;fontColor=light-dark(#7a7978, #ededed);" value="PnL" vertex="1">
          <mxGeometry height="59" width="60" x="687" y="61" as="geometry" />
        </mxCell>
        <mxCell id="iMmVTYed4h1aN_pzg3ix-5" parent="1" style="text;html=1;whiteSpace=wrap;strokeColor=none;fillColor=none;align=center;verticalAlign=middle;rounded=0;fontSize=36;fontStyle=1" value="100" vertex="1">
          <mxGeometry height="30" width="60" x="-120" y="211" as="geometry" />
        </mxCell>
        <mxCell id="iMmVTYed4h1aN_pzg3ix-6" parent="1" style="text;html=1;whiteSpace=wrap;strokeColor=none;fillColor=none;align=center;verticalAlign=middle;rounded=0;fontSize=36;fontStyle=1" value="36.40" vertex="1">
          <mxGeometry height="30" width="60" x="149" y="211" as="geometry" />
        </mxCell>
        <mxCell id="iMmVTYed4h1aN_pzg3ix-7" parent="1" style="text;html=1;whiteSpace=wrap;strokeColor=none;fillColor=none;align=center;verticalAlign=middle;rounded=0;fontSize=36;fontStyle=1" value="37.45" vertex="1">
          <mxGeometry height="30" width="60" x="418" y="211" as="geometry" />
        </mxCell>
        <mxCell id="iMmVTYed4h1aN_pzg3ix-8" parent="1" style="text;html=1;whiteSpace=wrap;strokeColor=none;fillColor=none;align=center;verticalAlign=middle;rounded=0;fontSize=36;fontStyle=1" value="100" vertex="1">
          <mxGeometry height="30" width="60" x="687" y="211" as="geometry" />
        </mxCell>
        <mxCell id="7si3vGMUa6yKKs87A3T9-2" edge="1" parent="1" source="7si3vGMUa6yKKs87A3T9-1" style="edgeStyle=orthogonalEdgeStyle;rounded=0;orthogonalLoop=1;jettySize=auto;html=1;exitX=0.5;exitY=0;exitDx=0;exitDy=0;entryX=0;entryY=0.5;entryDx=0;entryDy=0;" target="iMmVTYed4h1aN_pzg3ix-5">
          <mxGeometry relative="1" as="geometry">
            <Array as="points">
              <mxPoint x="-283" y="227" />
              <mxPoint x="-139" y="227" />
            </Array>
            <mxPoint x="-139.09090909090924" y="259.27272727272725" as="targetPoint" />
          </mxGeometry>
        </mxCell>
        <mxCell id="7si3vGMUa6yKKs87A3T9-1" parent="1" style="text;html=1;whiteSpace=wrap;strokeColor=none;fillColor=none;align=center;verticalAlign=middle;rounded=0;fontStyle=1" value="Red color if negative, blue color if positive" vertex="1">
          <mxGeometry height="70" width="129" x="-347" y="453" as="geometry" />
        </mxCell>
        <mxCell id="7si3vGMUa6yKKs87A3T9-4" edge="1" parent="1" source="7si3vGMUa6yKKs87A3T9-3" style="edgeStyle=orthogonalEdgeStyle;rounded=0;orthogonalLoop=1;jettySize=auto;html=1;entryX=0.5;entryY=1;entryDx=0;entryDy=0;" target="iMmVTYed4h1aN_pzg3ix-8">
          <mxGeometry relative="1" as="geometry" />
        </mxCell>
        <mxCell id="7si3vGMUa6yKKs87A3T9-3" parent="1" style="text;html=1;whiteSpace=wrap;strokeColor=none;fillColor=none;align=center;verticalAlign=middle;rounded=0;fontStyle=1" value="Red color if negative, blue color if positive" vertex="1">
          <mxGeometry height="70" width="129" x="681" y="398" as="geometry" />
        </mxCell>
        <mxCell id="7si3vGMUa6yKKs87A3T9-5" parent="1" style="text;html=1;whiteSpace=wrap;strokeColor=none;fillColor=none;align=center;verticalAlign=middle;rounded=0;" value="Will receive the following props:&lt;br&gt;netQuantity: number;&lt;br&gt;&lt;div&gt;averagePrice: number&lt;/div&gt;&lt;div&gt;ltp: number;&lt;/div&gt;" vertex="1">
          <mxGeometry height="101" width="203" x="-25" y="355" as="geometry" />
        </mxCell>
        <mxCell id="7si3vGMUa6yKKs87A3T9-6" parent="1" style="text;html=1;whiteSpace=wrap;strokeColor=none;fillColor=none;align=center;verticalAlign=middle;rounded=0;" value="PnL needs to be calculated by the component" vertex="1">
          <mxGeometry height="101" width="203" x="-21" y="482" as="geometry" />
        </mxCell>
        <mxCell id="7si3vGMUa6yKKs87A3T9-7" parent="1" style="text;html=1;whiteSpace=wrap;strokeColor=none;fillColor=none;align=center;verticalAlign=middle;rounded=0;fontStyle=1;fontSize=48;fontColor=light-dark(#7a7978, #ededed);" value="Net Qty." vertex="1">
          <mxGeometry height="59" width="60" x="-186" y="816" as="geometry" />
        </mxCell>
        <mxCell id="7si3vGMUa6yKKs87A3T9-8" parent="1" style="text;html=1;whiteSpace=wrap;strokeColor=none;fillColor=none;align=center;verticalAlign=middle;rounded=0;fontStyle=1;fontSize=48;fontColor=light-dark(#7a7978, #ededed);" value="AVG. PRICE" vertex="1">
          <mxGeometry height="59" width="60" x="83" y="805" as="geometry" />
        </mxCell>
        <mxCell id="7si3vGMUa6yKKs87A3T9-9" parent="1" style="text;html=1;whiteSpace=wrap;strokeColor=none;fillColor=none;align=center;verticalAlign=middle;rounded=0;fontStyle=1;fontSize=48;fontColor=light-dark(#7a7978, #ededed);" value="LTP" vertex="1">
          <mxGeometry height="59" width="60" x="352" y="805" as="geometry" />
        </mxCell>
        <mxCell id="7si3vGMUa6yKKs87A3T9-10" parent="1" style="text;html=1;whiteSpace=wrap;strokeColor=none;fillColor=none;align=center;verticalAlign=middle;rounded=0;fontStyle=1;fontSize=48;fontColor=light-dark(#7a7978, #ededed);" value="PnL" vertex="1">
          <mxGeometry height="59" width="60" x="621" y="805" as="geometry" />
        </mxCell>
        <mxCell id="7si3vGMUa6yKKs87A3T9-11" parent="1" style="text;html=1;whiteSpace=wrap;strokeColor=none;fillColor=none;align=center;verticalAlign=middle;rounded=0;fontSize=18;fontStyle=1" value="{props.netQuantity}" vertex="1">
          <mxGeometry height="30" width="60" x="-186" y="955" as="geometry" />
        </mxCell>
        <mxCell id="7si3vGMUa6yKKs87A3T9-12" parent="1" style="text;html=1;whiteSpace=wrap;strokeColor=none;fillColor=none;align=center;verticalAlign=middle;rounded=0;fontSize=18;fontStyle=1" value="&lt;div&gt;{props.averagePrice}&lt;/div&gt;" vertex="1">
          <mxGeometry height="30" width="60" x="83" y="955" as="geometry" />
        </mxCell>
        <mxCell id="7si3vGMUa6yKKs87A3T9-13" parent="1" style="text;html=1;whiteSpace=wrap;strokeColor=none;fillColor=none;align=center;verticalAlign=middle;rounded=0;fontSize=18;fontStyle=1" value="{props.ltp}" vertex="1">
          <mxGeometry height="30" width="60" x="352" y="955" as="geometry" />
        </mxCell>
        <mxCell id="7si3vGMUa6yKKs87A3T9-14" parent="1" style="text;html=1;whiteSpace=wrap;strokeColor=none;fillColor=none;align=center;verticalAlign=middle;rounded=0;fontSize=18;fontStyle=1" value="{pnl}" vertex="1">
          <mxGeometry height="30" width="60" x="621" y="955" as="geometry" />
        </mxCell>
        <mxCell id="ExlUUjPYo0Ii6ma58Pc_-1" parent="1" style="rounded=1;whiteSpace=wrap;html=1;" value="" vertex="1">
          <mxGeometry height="321" width="1253" x="-202" y="1234" as="geometry" />
        </mxCell>
        <mxCell id="ExlUUjPYo0Ii6ma58Pc_-2" parent="1" style="text;html=1;whiteSpace=wrap;strokeColor=none;fillColor=none;align=center;verticalAlign=middle;rounded=0;fontStyle=1;fontSize=48;fontColor=light-dark(#7a7978, #ededed);" value="Total Margin" vertex="1">
          <mxGeometry height="59" width="168" x="-154" y="1292" as="geometry" />
        </mxCell>
        <mxCell id="ExlUUjPYo0Ii6ma58Pc_-3" parent="1" style="text;html=1;whiteSpace=wrap;strokeColor=none;fillColor=none;align=center;verticalAlign=middle;rounded=0;fontStyle=1;fontSize=48;fontColor=light-dark(#7a7978, #ededed);" value="Utilized Margin" vertex="1">
          <mxGeometry height="59" width="168" x="330" y="1295" as="geometry" />
        </mxCell>
        <mxCell id="ExlUUjPYo0Ii6ma58Pc_-4" parent="1" style="text;html=1;whiteSpace=wrap;strokeColor=none;fillColor=none;align=center;verticalAlign=middle;rounded=0;fontStyle=1;fontSize=48;fontColor=light-dark(#7a7978, #ededed);" value="Net Margin" vertex="1">
          <mxGeometry height="59" width="168" x="813" y="1289" as="geometry" />
        </mxCell>
        <mxCell id="ExlUUjPYo0Ii6ma58Pc_-5" parent="1" style="text;html=1;whiteSpace=wrap;strokeColor=none;fillColor=none;align=center;verticalAlign=middle;rounded=0;fontSize=42;" value="₹2000" vertex="1">
          <mxGeometry height="30" width="60" x="-100" y="1412" as="geometry" />
        </mxCell>
        <mxCell id="ExlUUjPYo0Ii6ma58Pc_-7" parent="1" style="text;html=1;whiteSpace=wrap;strokeColor=none;fillColor=none;align=center;verticalAlign=middle;rounded=0;fontSize=42;" value="₹200" vertex="1">
          <mxGeometry height="30" width="60" x="384" y="1412" as="geometry" />
        </mxCell>
        <mxCell id="ExlUUjPYo0Ii6ma58Pc_-8" parent="1" style="text;html=1;whiteSpace=wrap;strokeColor=none;fillColor=none;align=center;verticalAlign=middle;rounded=0;fontSize=42;" value="₹1800" vertex="1">
          <mxGeometry height="30" width="60" x="867" y="1412" as="geometry" />
        </mxCell>
        <mxCell id="ExlUUjPYo0Ii6ma58Pc_-9" parent="1" style="html=1;shadow=0;dashed=0;shape=mxgraph.bootstrap.rrect;rSize=5;fillColor=#E9ECEF;strokeColor=none;" value="" vertex="1">
          <mxGeometry height="20" width="800" x="24.5" y="1507" as="geometry" />
        </mxCell>
        <mxCell id="ExlUUjPYo0Ii6ma58Pc_-10" parent="ExlUUjPYo0Ii6ma58Pc_-9" style="html=1;shadow=0;dashed=0;shape=mxgraph.bootstrap.leftButton;rSize=5;fillColor=#1CA5B8;strokeColor=none;resizeHeight=1;" value="" vertex="1">
          <mxGeometry height="20" relative="1" width="250" as="geometry" />
        </mxCell>
        <mxCell id="ExlUUjPYo0Ii6ma58Pc_-11" parent="1" style="text;html=1;whiteSpace=wrap;strokeColor=none;fillColor=none;align=center;verticalAlign=middle;rounded=0;fontSize=24;" value="The max value on the progress bar is the total margin and the filled in part is the utilized margin" vertex="1">
          <mxGeometry height="92" width="269" x="175" y="1620" as="geometry" />
        </mxCell>
        <mxCell id="ExlUUjPYo0Ii6ma58Pc_-12" edge="1" parent="1" source="ExlUUjPYo0Ii6ma58Pc_-11" style="edgeStyle=orthogonalEdgeStyle;rounded=0;orthogonalLoop=1;jettySize=auto;html=1;exitX=0.5;exitY=0;exitDx=0;exitDy=0;entryX=0.412;entryY=0.999;entryDx=0;entryDy=0;entryPerimeter=0;" target="ExlUUjPYo0Ii6ma58Pc_-1">
          <mxGeometry relative="1" as="geometry" />
        </mxCell>
      </root>
    </mxGraphModel>
  </diagram>
  <diagram id="dmkDPsUycKQvBsQ4H3Di" name="Kite-Fly-Ticker-Architecture">
    <mxGraphModel dx="1357" dy="626" grid="0" gridSize="10" guides="1" tooltips="1" connect="1" arrows="1" fold="1" page="0" pageScale="1" pageWidth="402" pageHeight="874" math="0" shadow="0">
      <root>
        <mxCell id="0" />
        <mxCell id="1" parent="0" />
        <mxCell id="FDZGNOtkY16CQce4NqAR-3" edge="1" parent="1" source="FDZGNOtkY16CQce4NqAR-1" style="edgeStyle=orthogonalEdgeStyle;rounded=0;orthogonalLoop=1;jettySize=auto;html=1;" target="FDZGNOtkY16CQce4NqAR-2" value="">
          <mxGeometry relative="1" as="geometry" />
        </mxCell>
        <mxCell id="FDZGNOtkY16CQce4NqAR-1" parent="1" style="rounded=1;whiteSpace=wrap;html=1;" value="Client posts a request - for example:&lt;br&gt;&lt;div&gt;&lt;br&gt;&lt;/div&gt;&lt;br&gt;&lt;div&gt;fetch(&quot;http://localhost:3000/api/ltp&quot;, () =&amp;gt; {&lt;/div&gt;&lt;div&gt;method: &quot;POST&quot;,&lt;/div&gt;&lt;div&gt;body: JSON.stringify({&lt;/div&gt;&lt;div&gt;instrument: &quot;WIPRO&quot;,&lt;br&gt;ltp: 128.10&lt;/div&gt;&lt;div&gt;})&lt;/div&gt;&lt;div&gt;})&lt;br&gt;&lt;br&gt;The call is made from another site - for ex. https://kite.zerodha.com&lt;/div&gt;" vertex="1">
          <mxGeometry height="236" width="345" x="-33" y="45" as="geometry" />
        </mxCell>
        <mxCell id="FDZGNOtkY16CQce4NqAR-5" edge="1" parent="1" source="FDZGNOtkY16CQce4NqAR-2" style="edgeStyle=orthogonalEdgeStyle;rounded=0;orthogonalLoop=1;jettySize=auto;html=1;" target="FDZGNOtkY16CQce4NqAR-4" value="">
          <mxGeometry relative="1" as="geometry" />
        </mxCell>
        <mxCell id="FDZGNOtkY16CQce4NqAR-2" parent="1" style="whiteSpace=wrap;html=1;rounded=1;" value="SERVER" vertex="1">
          <mxGeometry height="60" width="120" x="504.5" y="98.5" as="geometry" />
        </mxCell>
        <mxCell id="FDZGNOtkY16CQce4NqAR-8" edge="1" parent="1" source="FDZGNOtkY16CQce4NqAR-4" style="edgeStyle=orthogonalEdgeStyle;rounded=0;orthogonalLoop=1;jettySize=auto;html=1;exitX=0.75;exitY=1;exitDx=0;exitDy=0;entryX=1;entryY=0.75;entryDx=0;entryDy=0;" target="FDZGNOtkY16CQce4NqAR-6">
          <mxGeometry relative="1" as="geometry" />
        </mxCell>
        <mxCell id="FDZGNOtkY16CQce4NqAR-4" parent="1" style="whiteSpace=wrap;html=1;rounded=1;" value="Websocket" vertex="1">
          <mxGeometry height="60" width="120" x="504.5" y="265" as="geometry" />
        </mxCell>
        <mxCell id="FDZGNOtkY16CQce4NqAR-7" edge="1" parent="1" source="FDZGNOtkY16CQce4NqAR-6" style="edgeStyle=orthogonalEdgeStyle;rounded=0;orthogonalLoop=1;jettySize=auto;html=1;entryX=0.5;entryY=1;entryDx=0;entryDy=0;" target="FDZGNOtkY16CQce4NqAR-4">
          <mxGeometry relative="1" as="geometry" />
        </mxCell>
        <mxCell id="FDZGNOtkY16CQce4NqAR-6" parent="1" style="rounded=1;whiteSpace=wrap;html=1;" value="On another client,&lt;div&gt;new Websocket()&lt;/div&gt;// receive the data which is sent from /api/ltp" vertex="1">
          <mxGeometry height="167" width="345" x="1" y="392" as="geometry" />
        </mxCell>
      </root>
    </mxGraphModel>
  </diagram>
</mxfile>
